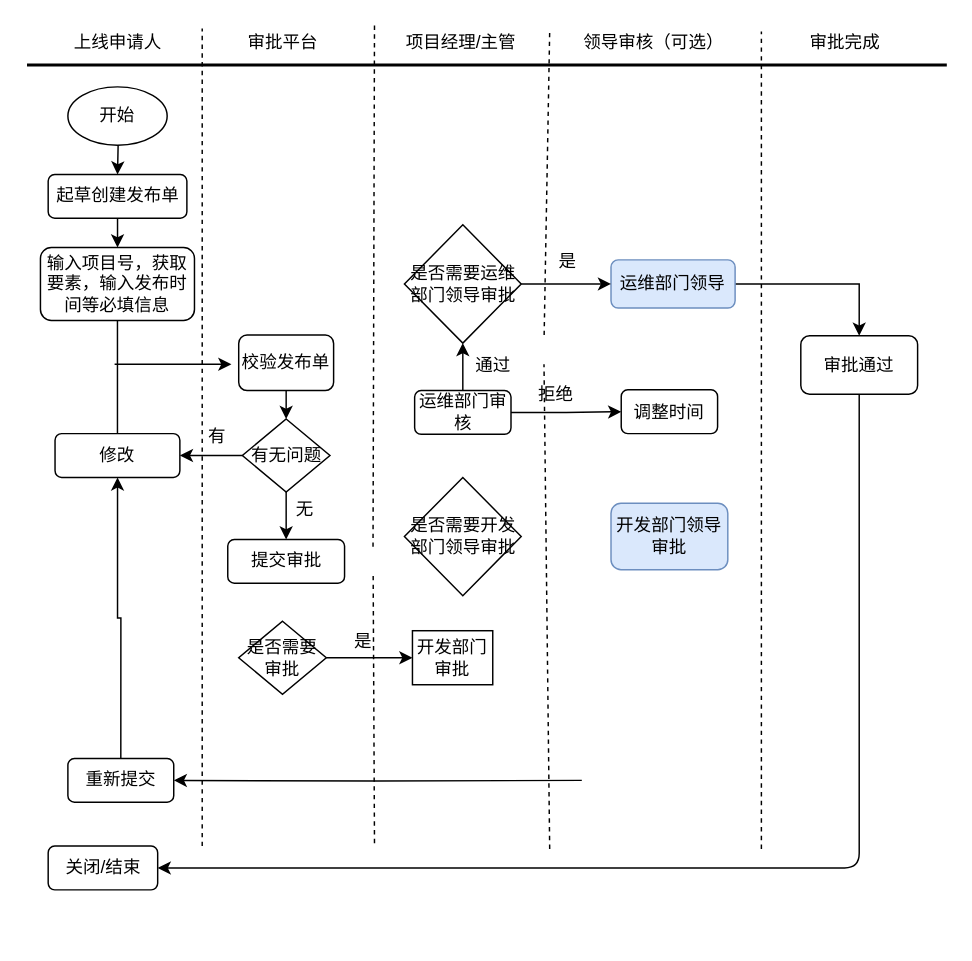
Above: src/com/cupd/sharon/Untitled Diagram.drawio in sharonwq/sharon_test (draw.io), before the change. Source tidied: cells renumbered, new cells numbered last; positions are measured from the earlier drawing's top-left corner, leaving out a move shared by most shapes. Both pictures are drawn from the tidied source at 146%, with x=0, y=0 at pixel (26, 25).
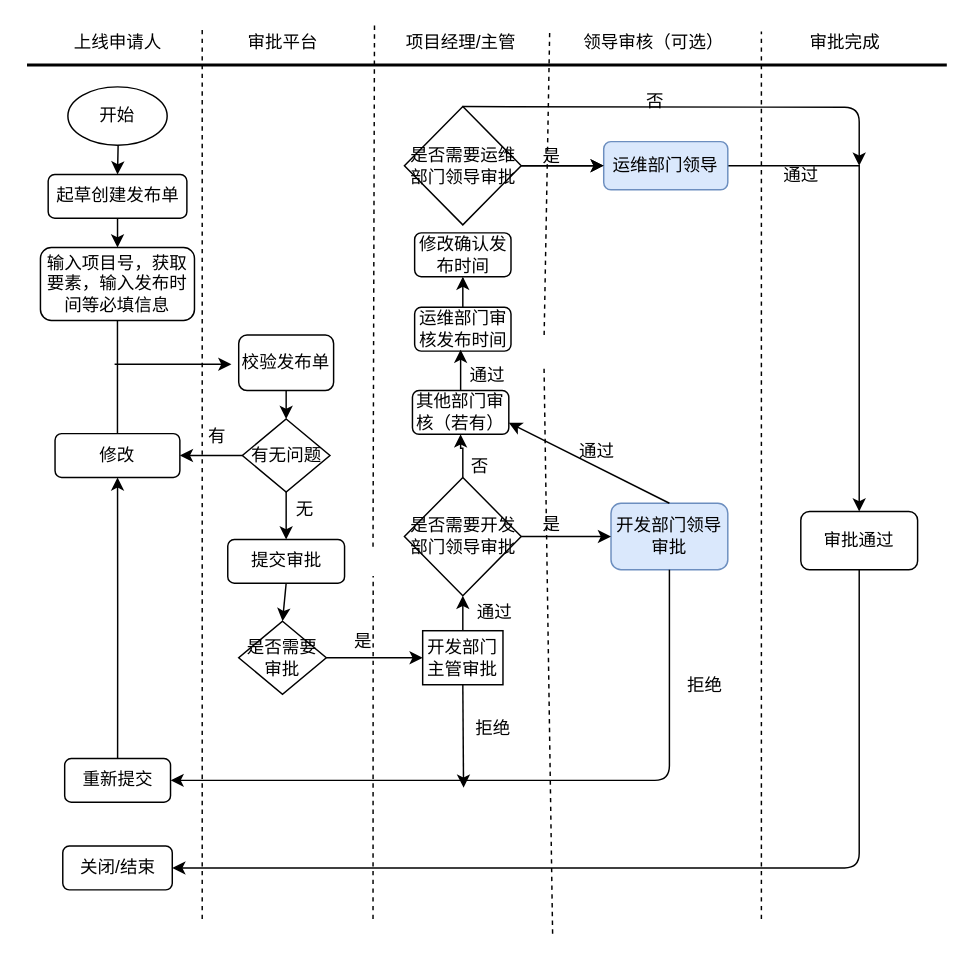
The same page after the edit.

Unchanged cells that the change refers to:
```xml
<mxCell id="18" value="开发部门领导审批" style="rounded=1;whiteSpace=wrap;html=1;fillColor=#dae8fc;strokeColor=#6c8ebf;" parent="1" vertex="1">
  <mxGeometry x="400" y="327.2" width="80" height="45.5" as="geometry" />
</mxCell>
<mxCell id="28" value="提交审批" style="rounded=1;whiteSpace=wrap;html=1;" parent="1" vertex="1">
  <mxGeometry x="137.5" y="352" width="80" height="30" as="geometry" />
</mxCell>
<mxCell id="43" value="是否需要审批" style="rhombus;whiteSpace=wrap;html=1;" parent="1" vertex="1">
  <mxGeometry x="145" y="408" width="60" height="50" as="geometry" />
</mxCell>
<mxCell id="45" value="是否需要开发部门领导审批" style="rhombus;whiteSpace=wrap;html=1;" parent="1" vertex="1">
  <mxGeometry x="258.5" y="309.5" width="80" height="81" as="geometry" />
</mxCell>
```

Change to the diagram source:
```diff
@@
-    <mxCell id="14" style="edgeStyle=orthogonalEdgeStyle;rounded=0;jettySize=auto;html=1;" parent="1" edge="1" source="16" target="48">
-      <mxGeometry relative="1" as="geometry" />
-    </mxCell>
-    <mxCell id="15" style="edgeStyle=orthogonalEdgeStyle;rounded=0;jettySize=auto;html=1;" parent="1" edge="1" source="16" target="50">
-      <mxGeometry relative="1" as="geometry" />
-    </mxCell>
+    <mxCell id="53" style="edgeStyle=orthogonalEdgeStyle;rounded=0;jettySize=auto;html=1;" parent="1" edge="1" source="16" target="72">
+      <mxGeometry relative="1" as="geometry" />
+    </mxCell>
-    <mxCell id="16" value="运维部门审核" style="rounded=1;whiteSpace=wrap;html=1;" parent="1" vertex="1">
-      <mxGeometry x="265.5" y="250" width="66" height="30" as="geometry" />
+    <mxCell id="16" value="运维部门审核发布时间" style="rounded=1;whiteSpace=wrap;html=1;" parent="1" vertex="1">
+      <mxGeometry x="265.5" y="193" width="66" height="30" as="geometry" />
     </mxCell>
-    <mxCell id="17" style="edgeStyle=orthogonalEdgeStyle;rounded=0;jettySize=auto;html=1;" parent="1" edge="1" target="32">
-      <mxGeometry relative="1" as="geometry">
-        <mxPoint x="380" y="517" as="sourcePoint" />
-      </mxGeometry>
-    </mxCell>
@@
     <mxCell id="19" value="审批通过" style="rounded=1;whiteSpace=wrap;html=1;" parent="1" vertex="1">
-      <mxGeometry x="530" y="212.5" width="80" height="40" as="geometry" />
+      <mxGeometry x="530" y="332.8" width="80" height="40" as="geometry" />
     </mxCell>
     <mxCell id="20" value="关闭/结束" style="rounded=1;whiteSpace=wrap;html=1;" parent="1" vertex="1">
-      <mxGeometry x="14.5" y="562" width="75" height="30" as="geometry" />
+      <mxGeometry x="24.5" y="562" width="75" height="30" as="geometry" />
     </mxCell>
@@
     <mxCell id="32" value="重新提交" style="rounded=1;whiteSpace=wrap;html=1;" parent="1" vertex="1">
-      <mxGeometry x="28" y="502" width="72.5" height="30" as="geometry" />
+      <mxGeometry x="25.8" y="502" width="72.5" height="30" as="geometry" />
     </mxCell>
     <mxCell id="33" style="endArrow=none;dashed=1;html=1;" parent="1" edge="1">
       <mxGeometry relative="1" as="geometry">
-        <mxPoint x="120" y="562" as="sourcePoint" />
+        <mxPoint x="120" y="612" as="sourcePoint" />
         <mxPoint x="120" y="2" as="targetPoint" />
       </mxGeometry>
     </mxCell>
@@
     <mxCell id="36" style="endArrow=none;dashed=1;html=1;" parent="1" edge="1">
       <mxGeometry relative="1" as="geometry">
-        <mxPoint x="503" y="564" as="sourcePoint" />
+        <mxPoint x="503" y="612" as="sourcePoint" />
         <mxPoint x="503" y="4" as="targetPoint" />
       </mxGeometry>
     </mxCell>
@@
     <mxCell id="39" value="运维部门领导" style="rounded=1;whiteSpace=wrap;html=1;fillColor=#dae8fc;strokeColor=#6c8ebf;" parent="1" vertex="1">
-      <mxGeometry x="400" y="160.5" width="85" height="33" as="geometry" />
+      <mxGeometry x="395" y="79.5" width="85" height="33" as="geometry" />
     </mxCell>
     <mxCell id="40" style="endArrow=none;dashed=1;html=1;" parent="1" edge="1">
       <mxGeometry relative="1" as="geometry">
-        <mxPoint x="358" y="564" as="sourcePoint" />
+        <mxPoint x="360" y="622" as="sourcePoint" />
         <mxPoint x="354.1" y="232" as="targetPoint" />
       </mxGeometry>
     </mxCell>
     <mxCell id="41" style="endArrow=none;dashed=1;html=1;" parent="1" edge="1">
       <mxGeometry relative="1" as="geometry">
-        <mxPoint x="238" y="560" as="sourcePoint" />
+        <mxPoint x="237" y="612" as="sourcePoint" />
         <mxPoint x="237.1" y="377" as="targetPoint" />
       </mxGeometry>
     </mxCell>
@@
-    <mxCell id="44" value="开发部门审批" style="whiteSpace=wrap;html=1;" parent="1" vertex="1">
-      <mxGeometry x="264" y="414.5" width="55" height="37" as="geometry" />
+    <mxCell id="44" value="开发部门主管审批" style="whiteSpace=wrap;html=1;" parent="1" vertex="1">
+      <mxGeometry x="271" y="414.5" width="55" height="37" as="geometry" />
     </mxCell>
+    <mxCell id="54" style="edgeStyle=orthogonalEdgeStyle;rounded=0;jettySize=auto;html=1;" parent="1" edge="1" source="45" target="59">
+      <mxGeometry relative="1" as="geometry" />
+    </mxCell>
+    <mxCell id="55" style="edgeStyle=orthogonalEdgeStyle;rounded=0;jettySize=auto;html=1;" parent="1" edge="1" source="45" target="18">
+      <mxGeometry relative="1" as="geometry" />
+    </mxCell>
@@
+    <mxCell id="56" style="edgeStyle=orthogonalEdgeStyle;rounded=0;jettySize=auto;html=1;" parent="1" edge="1" source="48" target="39">
+      <mxGeometry relative="1" as="geometry" />
+    </mxCell>
     <mxCell id="48" value="是否需要运维部门领导审批" style="rhombus;whiteSpace=wrap;html=1;" parent="1" vertex="1">
-      <mxGeometry x="258.5" y="136.5" width="80" height="81" as="geometry" />
+      <mxGeometry x="258.5" y="55.5" width="80" height="81" as="geometry" />
     </mxCell>
-    <mxCell id="49" value="通过" style="text;html=1;align=center;verticalAlign=middle;strokeColor=none;" parent="1" vertex="1">
-      <mxGeometry x="298.5" y="222.5" width="40" height="20" as="geometry" />
-    </mxCell>
-    <mxCell id="50" value="调整时间" style="rounded=1;whiteSpace=wrap;html=1;" parent="1" vertex="1">
-      <mxGeometry x="407" y="249.5" width="66" height="30" as="geometry" />
-    </mxCell>
-    <mxCell id="51" value="拒绝" style="text;html=1;align=center;verticalAlign=middle;strokeColor=none;" parent="1" vertex="1">
-      <mxGeometry x="342" y="242.5" width="40" height="20" as="geometry" />
-    </mxCell>
-    <mxCell id="52" value="是" style="text;html=1;align=center;verticalAlign=middle;strokeColor=none;" parent="1" vertex="1">
-      <mxGeometry x="355" y="152" width="30" height="20" as="geometry" />
-    </mxCell>
+    <mxCell id="57" value="通过" style="text;html=1;align=center;verticalAlign=middle;strokeColor=none;" parent="1" vertex="1">
+      <mxGeometry x="510" y="92.5" width="40" height="20" as="geometry" />
+    </mxCell>
+    <mxCell id="58" style="edgeStyle=orthogonalEdgeStyle;rounded=0;jettySize=auto;html=1;" parent="1" edge="1" source="59">
+      <mxGeometry relative="1" as="geometry">
+        <mxPoint x="297" y="222" as="targetPoint" />
+      </mxGeometry>
+    </mxCell>
+    <mxCell id="59" value="其他部门审核（若有）" style="rounded=1;whiteSpace=wrap;html=1;" parent="1" vertex="1">
+      <mxGeometry x="264" y="250" width="66" height="30" as="geometry" />
+    </mxCell>
+    <mxCell id="60" value="通过" style="text;html=1;align=center;verticalAlign=middle;strokeColor=none;" parent="1" vertex="1">
+      <mxGeometry x="295" y="230" width="40" height="20" as="geometry" />
+    </mxCell>
+    <mxCell id="61" value="是" style="text;html=1;align=center;verticalAlign=middle;strokeColor=none;" parent="1" vertex="1">
+      <mxGeometry x="344" y="332" width="30" height="20" as="geometry" />
+    </mxCell>
+    <mxCell id="62" style="endArrow=classic;html=1;exitX=0.5;exitY=0;exitDx=0;exitDy=0;" parent="1" edge="1" source="18">
+      <mxGeometry relative="1" as="geometry">
+        <mxPoint x="330" y="272" as="targetPoint" />
+      </mxGeometry>
+    </mxCell>
+    <mxCell id="63" value="否" style="text;html=1;align=center;verticalAlign=middle;strokeColor=none;" parent="1" vertex="1">
+      <mxGeometry x="295" y="292" width="30" height="20" as="geometry" />
+    </mxCell>
+    <mxCell id="64" style="endArrow=classic;html=1;exitX=0.5;exitY=0;exitDx=0;exitDy=0;entryX=0.5;entryY=1;entryDx=0;entryDy=0;" parent="1" edge="1" source="44" target="45">
+      <mxGeometry relative="1" as="geometry" />
+    </mxCell>
+    <mxCell id="65" value="通过" style="text;html=1;align=center;verticalAlign=middle;strokeColor=none;" parent="1" vertex="1">
+      <mxGeometry x="300" y="392" width="40" height="20" as="geometry" />
+    </mxCell>
+    <mxCell id="66" value="拒绝" style="text;html=1;align=center;verticalAlign=middle;strokeColor=none;" parent="1" vertex="1">
+      <mxGeometry x="298.5" y="472" width="40" height="20" as="geometry" />
+    </mxCell>
+    <mxCell id="67" value="通过" style="text;html=1;align=center;verticalAlign=middle;strokeColor=none;" parent="1" vertex="1">
+      <mxGeometry x="370" y="282" width="40" height="20" as="geometry" />
+    </mxCell>
+    <mxCell id="68" style="endArrow=classic;html=1;exitX=0.5;exitY=1;exitDx=0;exitDy=0;entryX=1;entryY=0.5;entryDx=0;entryDy=0;" parent="1" edge="1" source="18" target="32">
+      <mxGeometry relative="1" as="geometry">
+        <Array as="points">
+          <mxPoint x="440" y="517" />
+        </Array>
+      </mxGeometry>
+    </mxCell>
+    <mxCell id="69" value="拒绝" style="text;html=1;align=center;verticalAlign=middle;strokeColor=none;" parent="1" vertex="1">
+      <mxGeometry x="443.5" y="442" width="40" height="20" as="geometry" />
+    </mxCell>
+    <mxCell id="70" style="endArrow=classic;html=1;exitX=0.5;exitY=1;exitDx=0;exitDy=0;" parent="1" edge="1" source="44">
+      <mxGeometry relative="1" as="geometry">
+        <mxPoint x="299" y="522" as="targetPoint" />
+      </mxGeometry>
+    </mxCell>
+    <mxCell id="71" style="endArrow=classic;html=1;exitX=0.5;exitY=1;exitDx=0;exitDy=0;entryX=0.5;entryY=0;entryDx=0;entryDy=0;" parent="1" edge="1" source="28" target="43">
+      <mxGeometry relative="1" as="geometry" />
+    </mxCell>
+    <mxCell id="72" value="修改确认发布时间" style="rounded=1;whiteSpace=wrap;html=1;" parent="1" vertex="1">
+      <mxGeometry x="265.5" y="142" width="66" height="30" as="geometry" />
+    </mxCell>
+    <mxCell id="73" value="是" style="text;html=1;align=center;verticalAlign=middle;strokeColor=none;" parent="1" vertex="1">
+      <mxGeometry x="344" y="79.5" width="30" height="20" as="geometry" />
+    </mxCell>
+    <mxCell id="74" style="endArrow=classic;html=1;exitX=0.5;exitY=0;exitDx=0;exitDy=0;" parent="1" edge="1" source="48">
+      <mxGeometry relative="1" as="geometry">
+        <mxPoint x="570" y="96" as="targetPoint" />
+        <Array as="points">
+          <mxPoint x="570" y="56" />
+        </Array>
+      </mxGeometry>
+    </mxCell>
+    <mxCell id="75" value="否" style="text;html=1;align=center;verticalAlign=middle;strokeColor=none;" parent="1" vertex="1">
+      <mxGeometry x="415" y="42" width="30" height="20" as="geometry" />
+    </mxCell>
```
